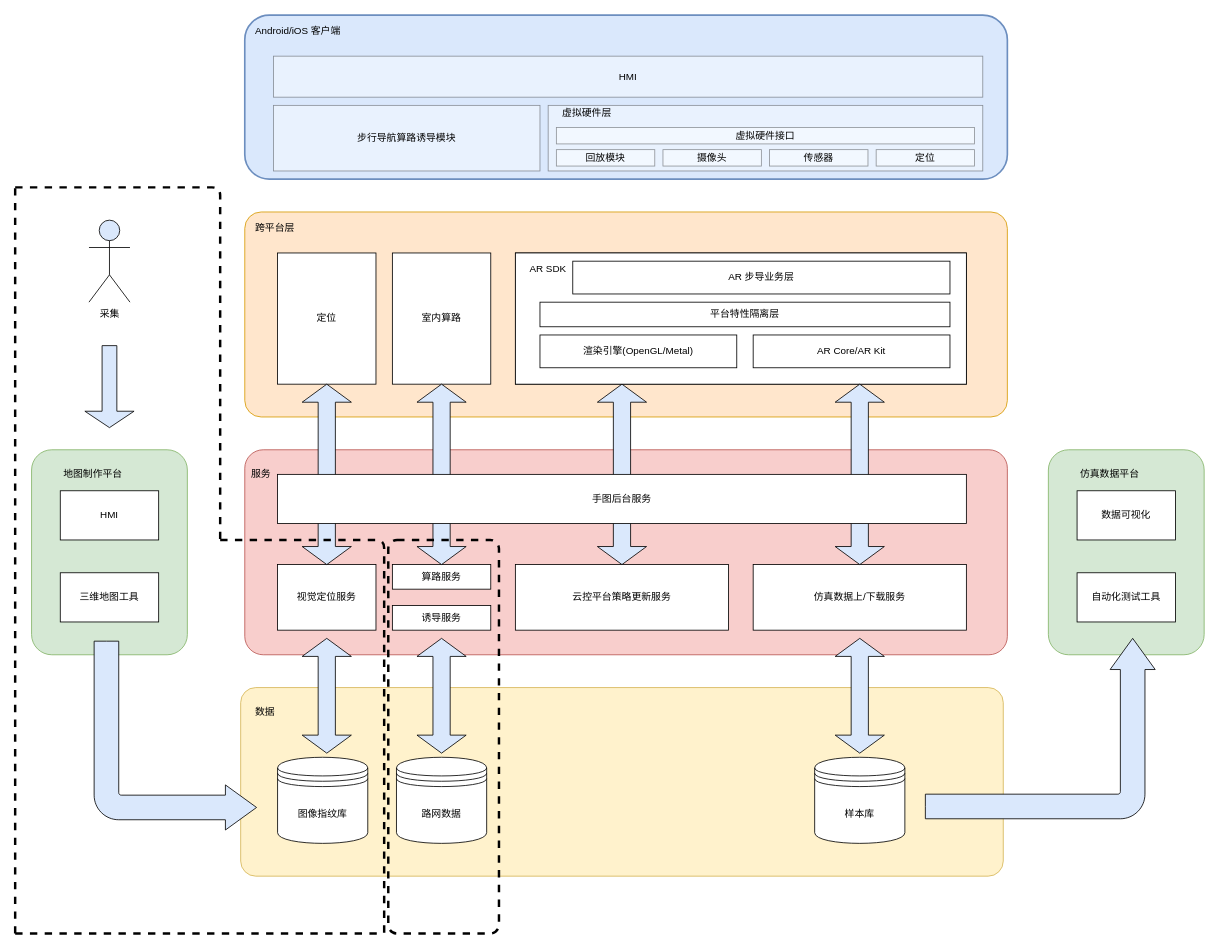
Earlier version of the draw.io diagram page "主框架" (1 of 7) of AR 客户端架构.drawio (wangziji/graphics). Source tidied: cells renumbered, new cells numbered last; positions are measured from the earlier drawing's top-left corner, leaving out a move shared by most shapes. Both pictures are drawn from the tidied source at 82%, with x=0, y=0 at pixel (15, 15).
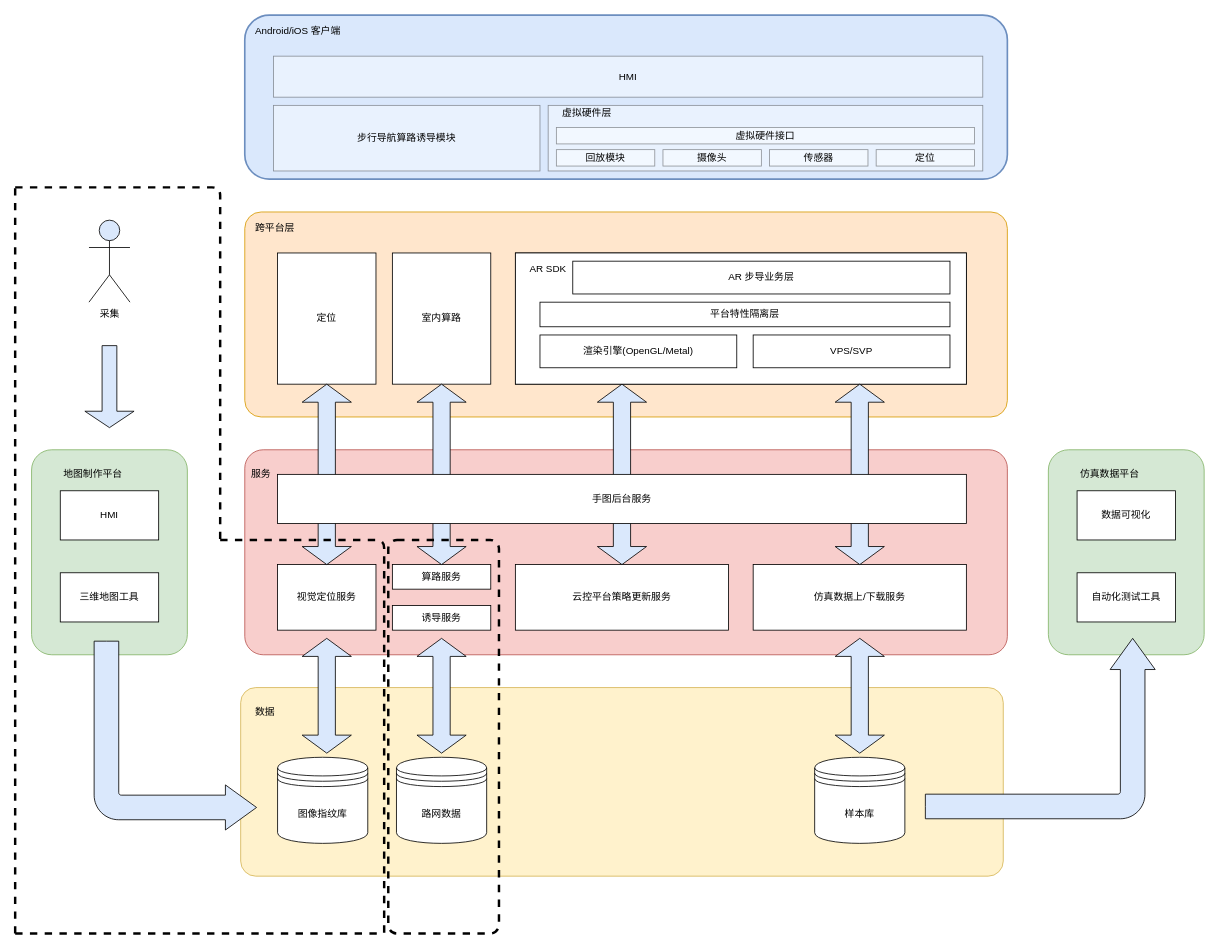
After the change.

Unchanged cells that the change refers to:
```xml
<mxCell id="6" style="group;strokeColor=#000000;" parent="1" vertex="1">
  <mxGeometry x="610" y="290" width="550" height="160" as="geometry" />
</mxCell>
```

What changed in the source:
```diff
@@
-    <mxCell id="11" value="AR Core/AR Kit" style="rounded=0;whiteSpace=wrap;html=1;" parent="6" vertex="1">
+    <mxCell id="11" value="VPS/SVP" style="rounded=0;whiteSpace=wrap;html=1;" parent="6" vertex="1">
       <mxGeometry x="290" y="100" width="240" height="40" as="geometry" />
     </mxCell>
```
